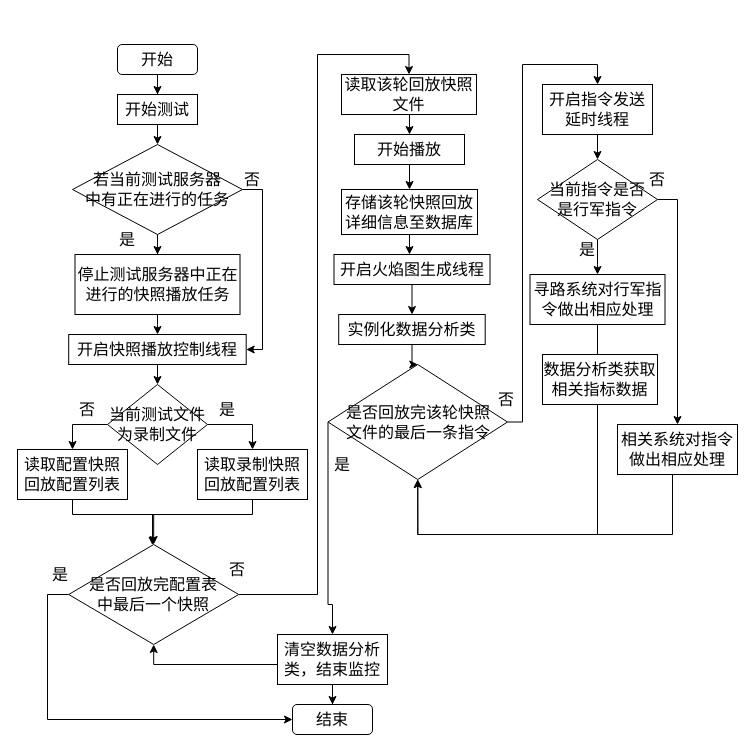
Earlier version of the draw.io diagram 流程图.drawio (Carol9s/Drawing). Source tidied: cells renumbered, new cells numbered last; positions are measured from the earlier drawing's top-left corner, leaving out a move shared by most shapes. Both pictures are drawn from the tidied source at 100%, with x=0, y=0 at pixel (17, 44).
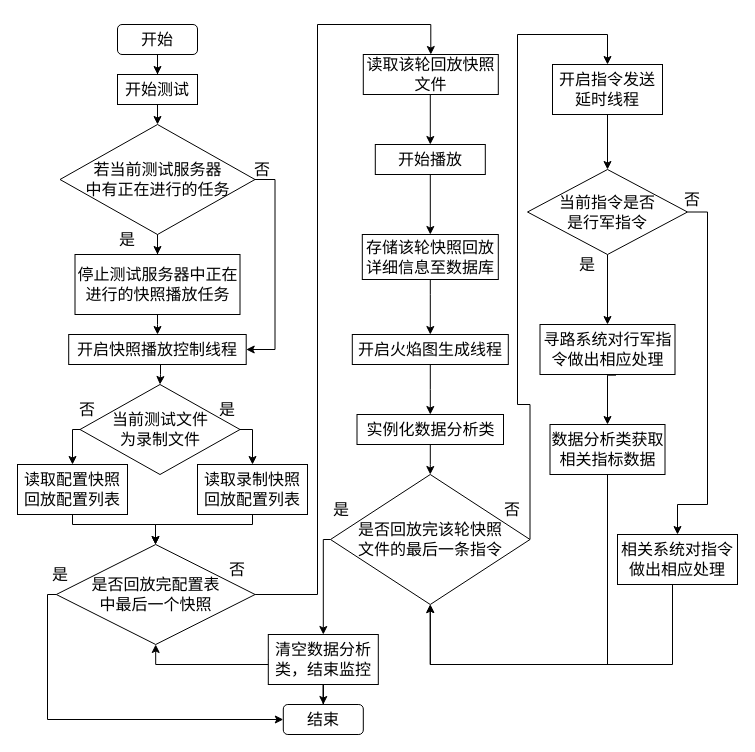
The same page after the edit.

Commit message:
更新流程图.drawio

Unchanged cells that the change refers to:
```xml
<mxCell id="9" value="开启快照播放控制线程" style="rounded=0;whiteSpace=wrap;html=1;fontSize=16;" parent="1" vertex="1">
  <mxGeometry x="51.2" y="290" width="177.5" height="30" as="geometry" />
</mxCell>
```

What changed in the source:
```diff
@@
     <mxCell id="3" value="开始" style="rounded=1;whiteSpace=wrap;html=1;fontSize=16;glass=0;strokeWidth=1;shadow=0;" parent="1" vertex="1">
-      <mxGeometry x="100" width="80" height="30" as="geometry" />
+      <mxGeometry x="100" y="-20" width="80" height="30" as="geometry" />
     </mxCell>
@@
     <mxCell id="5" value="开始测试" style="rounded=0;whiteSpace=wrap;html=1;fontSize=16;" parent="1" vertex="1">
-      <mxGeometry x="100" y="50" width="80" height="30" as="geometry" />
+      <mxGeometry x="100" y="30" width="80" height="30" as="geometry" />
     </mxCell>
@@
     <mxCell id="8" style="edgeStyle=orthogonalEdgeStyle;rounded=0;jettySize=auto;html=1;entryX=0.5;entryY=0;entryDx=0;entryDy=0;fontSize=16;" parent="1" edge="1" source="9" target="48">
-      <mxGeometry relative="1" as="geometry" />
+      <mxGeometry relative="1" as="geometry">
+        <Array as="points">
+          <mxPoint x="143" y="330" />
+          <mxPoint x="143" y="330" />
+        </Array>
+      </mxGeometry>
     </mxCell>
@@
     <mxCell id="10" style="edgeStyle=orthogonalEdgeStyle;rounded=0;jettySize=auto;html=1;exitX=1;exitY=0.5;exitDx=0;exitDy=0;fontSize=16;entryX=0.5;entryY=0;entryDx=0;entryDy=0;" parent="1" edge="1" source="12" target="16">
       <mxGeometry relative="1" as="geometry">
         <Array as="points">
           <mxPoint x="300" y="550" />
-          <mxPoint x="300" y="10" />
-          <mxPoint x="392" y="10" />
+          <mxPoint x="300" y="-20" />
+          <mxPoint x="413" y="-20" />
         </Array>
       </mxGeometry>
     </mxCell>
@@
     <mxCell id="12" value="是否回放完配置表&lt;br style=&quot;font-size: 16px;&quot;&gt;中最后一个快照" style="rhombus;whiteSpace=wrap;html=1;fontSize=16;" parent="1" vertex="1">
-      <mxGeometry x="51.2" y="500" width="170" height="100" as="geometry" />
+      <mxGeometry x="38.8" y="500" width="198.8" height="100" as="geometry" />
     </mxCell>
@@
     <mxCell id="14" value="开始播放" style="rounded=0;whiteSpace=wrap;html=1;fontSize=16;" parent="1" vertex="1">
-      <mxGeometry x="337" y="90" width="110" height="30" as="geometry" />
+      <mxGeometry x="357.8" y="100" width="110" height="30" as="geometry" />
     </mxCell>
@@
     <mxCell id="16" value="读取该轮回放快照文件" style="rounded=0;whiteSpace=wrap;html=1;fontSize=16;" parent="1" vertex="1">
-      <mxGeometry x="324" y="30" width="135" height="40" as="geometry" />
+      <mxGeometry x="345.8" y="10" width="135" height="40" as="geometry" />
     </mxCell>
-    <mxCell id="17" style="edgeStyle=orthogonalEdgeStyle;rounded=0;jettySize=auto;html=1;entryX=0.5;entryY=0;entryDx=0;entryDy=0;fontSize=16;" parent="1" edge="1" source="18" target="12">
+    <mxCell id="17" style="edgeStyle=orthogonalEdgeStyle;rounded=0;jettySize=auto;html=1;fontSize=16;" parent="1" edge="1" source="18" target="12">
       <mxGeometry relative="1" as="geometry">
         <Array as="points">
-          <mxPoint x="55" y="470" />
-          <mxPoint x="136" y="470" />
+          <mxPoint x="55" y="480" />
+          <mxPoint x="138" y="480" />
         </Array>
       </mxGeometry>
     </mxCell>
     <mxCell id="18" value="读取配置快照&lt;br&gt;回放配置列表" style="rounded=0;whiteSpace=wrap;html=1;fontSize=16;" parent="1" vertex="1">
-      <mxGeometry y="405" width="110" height="50" as="geometry" />
+      <mxGeometry y="420" width="110" height="50" as="geometry" />
     </mxCell>
-    <mxCell id="19" style="edgeStyle=orthogonalEdgeStyle;rounded=0;jettySize=auto;html=1;fontSize=16;" parent="1" edge="1" source="20" target="12">
+    <mxCell id="19" style="edgeStyle=orthogonalEdgeStyle;rounded=0;jettySize=auto;html=1;fontSize=16;" parent="1" edge="1" source="20">
       <mxGeometry relative="1" as="geometry">
+        <mxPoint x="138" y="500" as="targetPoint" />
         <Array as="points">
-          <mxPoint x="235" y="470" />
-          <mxPoint x="135" y="470" />
+          <mxPoint x="235" y="480" />
+          <mxPoint x="138" y="480" />
         </Array>
       </mxGeometry>
     </mxCell>
     <mxCell id="20" value="读取录制快照&lt;br style=&quot;font-size: 16px;&quot;&gt;回放配置列表" style="rounded=0;whiteSpace=wrap;html=1;fontSize=16;" parent="1" vertex="1">
-      <mxGeometry x="180" y="405" width="110" height="50" as="geometry" />
+      <mxGeometry x="180" y="420" width="110" height="50" as="geometry" />
     </mxCell>
     <mxCell id="21" style="edgeStyle=orthogonalEdgeStyle;rounded=0;jettySize=auto;html=1;fontSize=16;" parent="1" edge="1" source="22" target="24">
       <mxGeometry relative="1" as="geometry">
         <Array as="points">
-          <mxPoint x="385" y="240" />
-          <mxPoint x="385" y="240" />
+          <mxPoint x="413" y="250" />
+          <mxPoint x="413" y="250" />
         </Array>
       </mxGeometry>
     </mxCell>
     <mxCell id="22" value="存储该轮快照回放详细信息至数据库" style="rounded=0;whiteSpace=wrap;html=1;fontSize=16;" parent="1" vertex="1">
-      <mxGeometry x="324" y="145" width="136" height="45" as="geometry" />
+      <mxGeometry x="344.8" y="190" width="136" height="45" as="geometry" />
     </mxCell>
@@
     <mxCell id="24" value="开启火焰图生成线程" style="rounded=0;whiteSpace=wrap;html=1;fontSize=16;" parent="1" vertex="1">
-      <mxGeometry x="316.5" y="210" width="156" height="30" as="geometry" />
+      <mxGeometry x="334.8" y="290" width="156" height="30" as="geometry" />
     </mxCell>
     <mxCell id="25" style="edgeStyle=orthogonalEdgeStyle;rounded=0;jettySize=auto;html=1;entryX=0.5;entryY=0;entryDx=0;entryDy=0;exitX=1;exitY=0.5;exitDx=0;exitDy=0;fontSize=16;" parent="1" edge="1" source="27" target="29">
       <mxGeometry relative="1" as="geometry">
         <Array as="points">
-          <mxPoint x="505" y="378" />
-          <mxPoint x="505" y="20" />
-          <mxPoint x="580" y="20" />
+          <mxPoint x="513" y="360" />
+          <mxPoint x="500" y="360" />
+          <mxPoint x="500" y="-10" />
+          <mxPoint x="590" y="-10" />
         </Array>
       </mxGeometry>
     </mxCell>
     <mxCell id="26" style="edgeStyle=orthogonalEdgeStyle;rounded=0;jettySize=auto;html=1;exitX=0;exitY=0.5;exitDx=0;exitDy=0;fontSize=16;entryX=0.5;entryY=0;entryDx=0;entryDy=0;" parent="1" edge="1" source="27" target="41">
       <mxGeometry relative="1" as="geometry">
         <Array as="points">
-          <mxPoint x="311" y="560" />
+          <mxPoint x="306" y="495" />
         </Array>
       </mxGeometry>
     </mxCell>
     <mxCell id="27" value="是否回放完该轮快照&lt;br style=&quot;font-size: 16px;&quot;&gt;文件的最后一条指令" style="rhombus;whiteSpace=wrap;html=1;fontSize=16;" parent="1" vertex="1">
-      <mxGeometry x="310.5" y="320" width="179.5" height="115" as="geometry" />
+      <mxGeometry x="313" y="430" width="199.5" height="130" as="geometry" />
     </mxCell>
@@
     <mxCell id="29" value="开启指令发送延时线程" style="rounded=0;whiteSpace=wrap;html=1;fontSize=16;" parent="1" vertex="1">
-      <mxGeometry x="525" y="40" width="110" height="50" as="geometry" />
+      <mxGeometry x="535" y="20" width="110" height="50" as="geometry" />
     </mxCell>
@@
     <mxCell id="31" value="实例化数据分析类" style="rounded=0;whiteSpace=wrap;html=1;fontSize=16;" parent="1" vertex="1">
-      <mxGeometry x="321.2" y="270" width="146.5" height="30" as="geometry" />
+      <mxGeometry x="339.5" y="370" width="146.5" height="30" as="geometry" />
     </mxCell>
-    <mxCell id="32" style="edgeStyle=orthogonalEdgeStyle;rounded=0;jettySize=auto;html=1;fontSize=16;" parent="1" edge="1" source="34" target="36">
-      <mxGeometry relative="1" as="geometry">
-        <Array as="points">
-          <mxPoint x="580" y="220" />
-          <mxPoint x="580" y="220" />
-        </Array>
-      </mxGeometry>
+    <mxCell id="32" style="edgeStyle=orthogonalEdgeStyle;rounded=0;jettySize=auto;html=1;fontSize=16;entryX=0.5;entryY=0;entryDx=0;entryDy=0;" parent="1" edge="1" source="34" target="36">
+      <mxGeometry relative="1" as="geometry" />
     </mxCell>
     <mxCell id="33" style="edgeStyle=orthogonalEdgeStyle;rounded=0;jettySize=auto;html=1;entryX=0.5;entryY=0;entryDx=0;entryDy=0;exitX=1;exitY=0.5;exitDx=0;exitDy=0;fontSize=16;" parent="1" edge="1" source="34" target="50">
-      <mxGeometry relative="1" as="geometry" />
+      <mxGeometry relative="1" as="geometry">
+        <Array as="points">
+          <mxPoint x="690" y="168" />
+          <mxPoint x="690" y="460" />
+          <mxPoint x="660" y="460" />
+        </Array>
+      </mxGeometry>
     </mxCell>
     <mxCell id="34" value="当前指令是否&lt;br style=&quot;font-size: 16px;&quot;&gt;是行军指令" style="rhombus;whiteSpace=wrap;html=1;fontSize=16;" parent="1" vertex="1">
-      <mxGeometry x="520" y="115" width="120" height="80" as="geometry" />
+      <mxGeometry x="510" y="125" width="160" height="85" as="geometry" />
     </mxCell>
-    <mxCell id="35" style="edgeStyle=orthogonalEdgeStyle;rounded=0;jettySize=auto;html=1;entryX=0.5;entryY=0;entryDx=0;entryDy=0;fontSize=16;" parent="1" edge="1" source="36" target="38">
+    <mxCell id="35" style="edgeStyle=orthogonalEdgeStyle;rounded=0;jettySize=auto;html=1;entryX=0.5;entryY=0;entryDx=0;entryDy=0;fontSize=16;exitX=0.563;exitY=1.013;exitDx=0;exitDy=0;exitPerimeter=0;" parent="1" edge="1" source="36" target="38">
       <mxGeometry relative="1" as="geometry">
         <Array as="points">
-          <mxPoint x="580" y="245" />
-          <mxPoint x="580" y="330" />
+          <mxPoint x="590" y="331" />
         </Array>
       </mxGeometry>
     </mxCell>
     <mxCell id="36" value="寻路系统对行军指令做出相应处理" style="rounded=0;whiteSpace=wrap;html=1;fontSize=16;" parent="1" vertex="1">
-      <mxGeometry x="512.5" y="230" width="135" height="50" as="geometry" />
+      <mxGeometry x="522.5" y="280" width="135" height="50" as="geometry" />
     </mxCell>
-    <mxCell id="37" style="edgeStyle=orthogonalEdgeStyle;rounded=0;jettySize=auto;html=1;fontSize=16;entryX=0.5;entryY=1;entryDx=0;entryDy=0;" parent="1" edge="1" source="38" target="27">
+    <mxCell id="37" style="edgeStyle=orthogonalEdgeStyle;rounded=0;jettySize=auto;html=1;fontSize=16;entryX=0.5;entryY=1;entryDx=0;entryDy=0;exitX=0.5;exitY=1;exitDx=0;exitDy=0;" parent="1" edge="1" source="38" target="27">
       <mxGeometry relative="1" as="geometry">
         <Array as="points">
-          <mxPoint x="580" y="490" />
-          <mxPoint x="400" y="490" />
+          <mxPoint x="590" y="620" />
+          <mxPoint x="413" y="620" />
         </Array>
       </mxGeometry>
     </mxCell>
     <mxCell id="38" value="数据分析类获取相关指标数据" style="rounded=0;whiteSpace=wrap;html=1;fontSize=16;" parent="1" vertex="1">
-      <mxGeometry x="525" y="310" width="115" height="50" as="geometry" />
+      <mxGeometry x="532.5" y="380" width="115" height="50" as="geometry" />
     </mxCell>
@@
     <mxCell id="40" style="edgeStyle=orthogonalEdgeStyle;rounded=0;jettySize=auto;html=1;entryX=0.5;entryY=1;entryDx=0;entryDy=0;exitX=0;exitY=0.5;exitDx=0;exitDy=0;fontSize=16;" parent="1" edge="1" source="41" target="12">
       <mxGeometry relative="1" as="geometry">
         <Array as="points">
           <mxPoint x="260" y="620" />
-          <mxPoint x="136" y="620" />
+          <mxPoint x="138" y="620" />
         </Array>
       </mxGeometry>
     </mxCell>
     <mxCell id="41" value="清空数据分析类，结束监控" style="rounded=0;whiteSpace=wrap;html=1;fontSize=16;" parent="1" vertex="1">
-      <mxGeometry x="260" y="590" width="110" height="50" as="geometry" />
+      <mxGeometry x="250.8" y="590" width="110" height="50" as="geometry" />
     </mxCell>
     <mxCell id="42" value="结束" style="rounded=1;whiteSpace=wrap;html=1;fontSize=16;glass=0;strokeWidth=1;shadow=0;" parent="1" vertex="1">
-      <mxGeometry x="275" y="660" width="80" height="30" as="geometry" />
+      <mxGeometry x="265.8" y="660" width="80" height="30" as="geometry" />
     </mxCell>
@@
     <mxCell id="45" value="若当前测试服务器&lt;br&gt;中有正在进行的任务" style="rhombus;whiteSpace=wrap;html=1;fontSize=16;" parent="1" vertex="1">
-      <mxGeometry x="55" y="100" width="170" height="90" as="geometry" />
+      <mxGeometry x="42.5" y="80" width="195" height="110" as="geometry" />
     </mxCell>
     <mxCell id="46" style="edgeStyle=orthogonalEdgeStyle;rounded=0;jettySize=auto;html=1;entryX=0.5;entryY=0;entryDx=0;entryDy=0;exitX=1;exitY=0.5;exitDx=0;exitDy=0;fontSize=16;" parent="1" edge="1" source="48" target="20">
       <mxGeometry relative="1" as="geometry">
         <Array as="points">
-          <mxPoint x="235" y="380" />
+          <mxPoint x="235" y="385" />
         </Array>
       </mxGeometry>
     </mxCell>
@@
     <mxCell id="48" value="当前测试文件&lt;br style=&quot;font-size: 16px;&quot;&gt;为录制文件" style="rhombus;whiteSpace=wrap;html=1;fontSize=16;" parent="1" vertex="1">
-      <mxGeometry x="90" y="340" width="100" height="80" as="geometry" />
+      <mxGeometry x="62.5" y="340" width="160" height="90" as="geometry" />
     </mxCell>
     <mxCell id="49" style="edgeStyle=orthogonalEdgeStyle;rounded=0;jettySize=auto;html=1;fontSize=16;entryX=0.5;entryY=1;entryDx=0;entryDy=0;" parent="1" edge="1" source="50" target="27">
       <mxGeometry relative="1" as="geometry">
         <Array as="points">
-          <mxPoint x="655" y="490" />
-          <mxPoint x="400" y="490" />
+          <mxPoint x="655" y="620" />
+          <mxPoint x="413" y="620" />
         </Array>
       </mxGeometry>
     </mxCell>
     <mxCell id="50" value="相关系统对指令做出相应处理" style="rounded=0;whiteSpace=wrap;html=1;fontSize=16;" parent="1" vertex="1">
-      <mxGeometry x="600" y="380" width="120" height="50" as="geometry" />
+      <mxGeometry x="600" y="490" width="120" height="50" as="geometry" />
     </mxCell>
@@
     <mxCell id="52" value="否" style="text;html=1;strokeColor=none;fillColor=none;align=center;verticalAlign=middle;whiteSpace=wrap;rounded=0;fontSize=16;" parent="1" vertex="1">
-      <mxGeometry x="205" y="120" width="60" height="30" as="geometry" />
+      <mxGeometry x="215" y="110" width="60" height="30" as="geometry" />
     </mxCell>
@@
     <mxCell id="57" value="是" style="text;html=1;strokeColor=none;fillColor=none;align=center;verticalAlign=middle;whiteSpace=wrap;rounded=0;fontSize=16;" parent="1" vertex="1">
-      <mxGeometry x="295" y="405" width="60" height="30" as="geometry" />
+      <mxGeometry x="294" y="450" width="60" height="30" as="geometry" />
     </mxCell>
     <mxCell id="58" value="否" style="text;html=1;strokeColor=none;fillColor=none;align=center;verticalAlign=middle;whiteSpace=wrap;rounded=0;fontSize=16;" parent="1" vertex="1">
-      <mxGeometry x="459" y="340" width="60" height="30" as="geometry" />
+      <mxGeometry x="465" y="450" width="60" height="30" as="geometry" />
     </mxCell>
     <mxCell id="59" value="是" style="text;html=1;strokeColor=none;fillColor=none;align=center;verticalAlign=middle;whiteSpace=wrap;rounded=0;fontSize=16;" parent="1" vertex="1">
-      <mxGeometry x="540" y="190" width="60" height="30" as="geometry" />
+      <mxGeometry x="540" y="205" width="60" height="30" as="geometry" />
     </mxCell>
     <mxCell id="60" value="否" style="text;html=1;strokeColor=none;fillColor=none;align=center;verticalAlign=middle;whiteSpace=wrap;rounded=0;fontSize=16;" parent="1" vertex="1">
-      <mxGeometry x="610" y="120" width="60" height="30" as="geometry" />
+      <mxGeometry x="645" y="140" width="60" height="30" as="geometry" />
     </mxCell>
```
